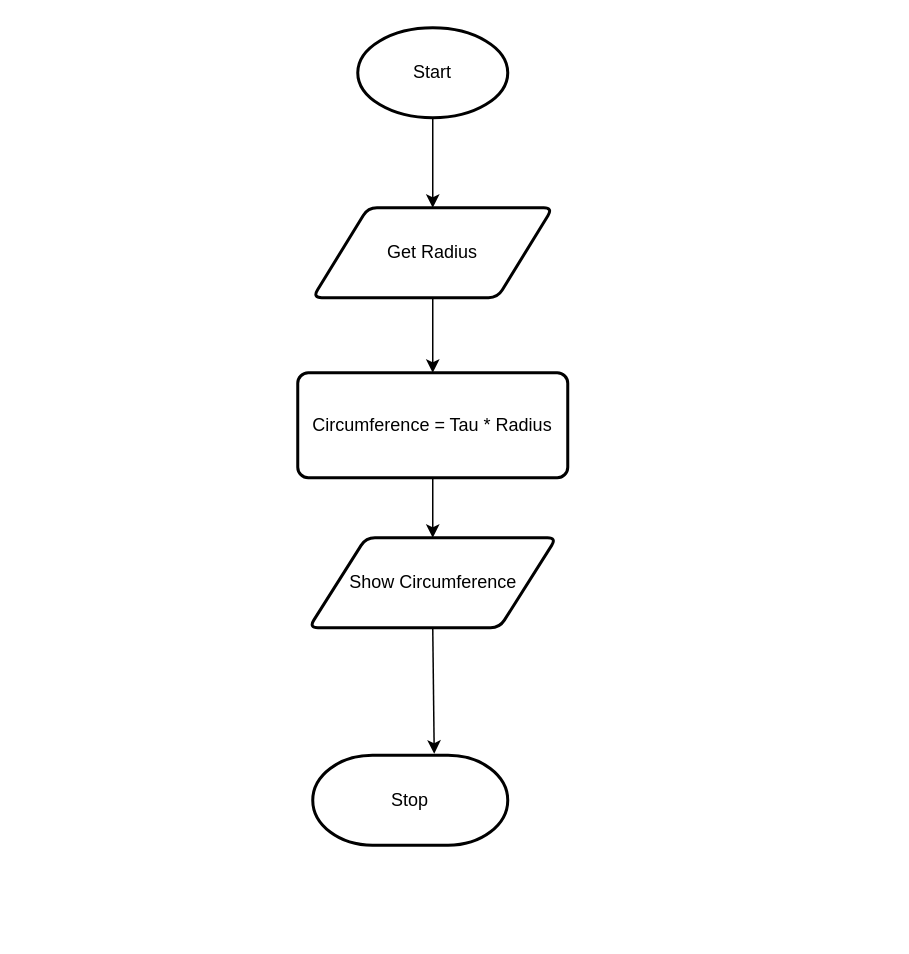
Above: flowchart.drawio in Ethan-Prieur1/ICS3U-Unit4-01-Python (draw.io), before the change. Source tidied: cells renumbered, new cells numbered last; positions are measured from the earlier drawing's top-left corner, leaving out a move shared by most shapes. Both pictures are drawn from the tidied source at 150%, with x=0, y=0 at pixel (297, 27).
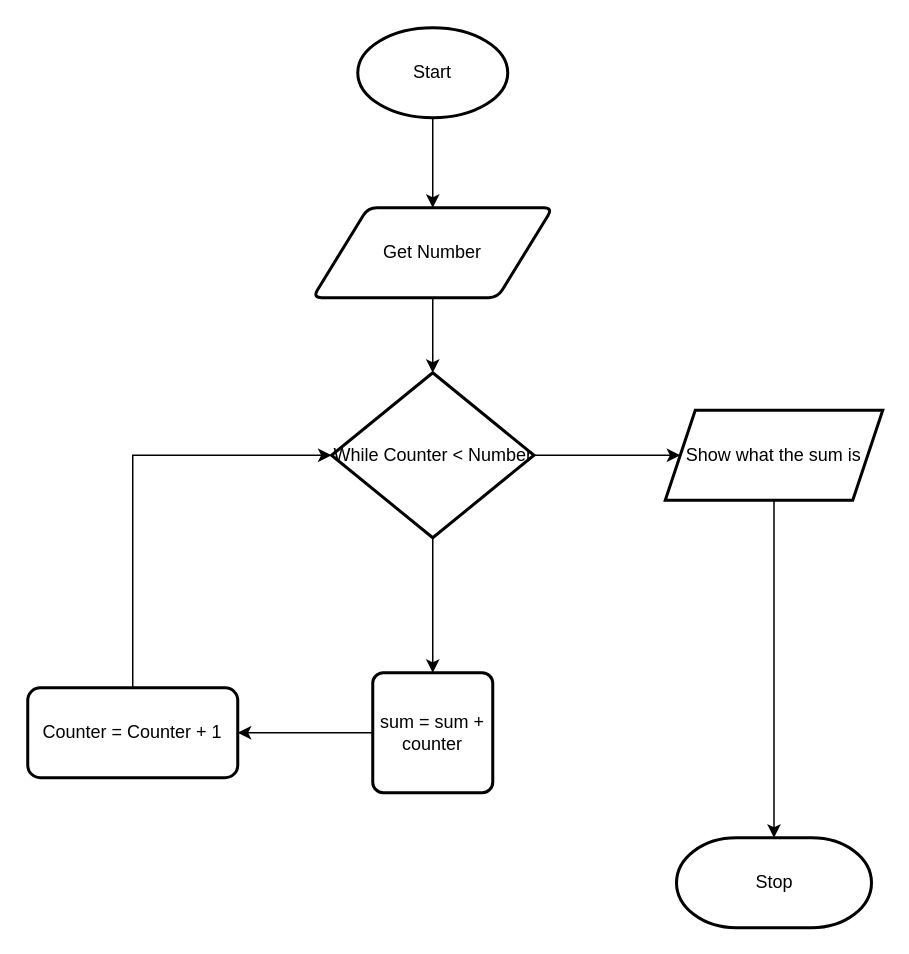
After the change.

Change to the diagram source:
```diff
@@
 <mxGraphModel>
   <root>
     <mxCell id="0" />
     <mxCell id="1" parent="0" />
     <mxCell id="2" style="edgeStyle=none;html=1;exitX=0.5;exitY=1;exitDx=0;exitDy=0;exitPerimeter=0;entryX=0.5;entryY=0;entryDx=0;entryDy=0;" parent="1" edge="1" source="3" target="5">
       <mxGeometry relative="1" as="geometry" />
     </mxCell>
     <mxCell id="3" value="Start" style="strokeWidth=2;html=1;shape=mxgraph.flowchart.start_1;whiteSpace=wrap;" parent="1" vertex="1">
       <mxGeometry x="40" width="100" height="60" as="geometry" />
     </mxCell>
-    <mxCell id="4" style="edgeStyle=none;html=1;exitX=0.5;exitY=1;exitDx=0;exitDy=0;entryX=0.5;entryY=0;entryDx=0;entryDy=0;" parent="1" edge="1" source="5" target="7">
-      <mxGeometry relative="1" as="geometry" />
+    <mxCell id="4" style="edgeStyle=none;html=1;exitX=0.5;exitY=1;exitDx=0;exitDy=0;entryX=0.5;entryY=0;entryDx=0;entryDy=0;" parent="1" edge="1" source="5">
+      <mxGeometry relative="1" as="geometry">
+        <mxPoint x="90" y="230" as="targetPoint" />
+      </mxGeometry>
     </mxCell>
-    <mxCell id="5" value="Get Radius" style="shape=parallelogram;html=1;strokeWidth=2;perimeter=parallelogramPerimeter;whiteSpace=wrap;rounded=1;arcSize=12;size=0.23;" parent="1" vertex="1">
+    <mxCell id="5" value="Get Number" style="shape=parallelogram;html=1;strokeWidth=2;perimeter=parallelogramPerimeter;whiteSpace=wrap;rounded=1;arcSize=12;size=0.23;" parent="1" vertex="1">
       <mxGeometry x="10" y="120" width="160" height="60" as="geometry" />
     </mxCell>
-    <mxCell id="6" style="edgeStyle=none;html=1;exitX=0.5;exitY=1;exitDx=0;exitDy=0;entryX=0.5;entryY=0;entryDx=0;entryDy=0;" parent="1" edge="1" source="7" target="9">
-      <mxGeometry relative="1" as="geometry" />
-    </mxCell>
-    <mxCell id="7" value="Circumference = Tau * Radius" style="rounded=1;whiteSpace=wrap;html=1;absoluteArcSize=1;arcSize=14;strokeWidth=2;" parent="1" vertex="1">
-      <mxGeometry y="230" width="180" height="70" as="geometry" />
-    </mxCell>
-    <mxCell id="8" style="edgeStyle=none;html=1;exitX=0.5;exitY=1;exitDx=0;exitDy=0;entryX=0.623;entryY=-0.017;entryDx=0;entryDy=0;entryPerimeter=0;" parent="1" edge="1" source="9" target="10">
-      <mxGeometry relative="1" as="geometry" />
-    </mxCell>
-    <mxCell id="9" value="Show Circumference" style="shape=parallelogram;html=1;strokeWidth=2;perimeter=parallelogramPerimeter;whiteSpace=wrap;rounded=1;arcSize=12;size=0.23;" parent="1" vertex="1">
-      <mxGeometry x="7.5" y="340" width="165" height="60" as="geometry" />
-    </mxCell>
     <mxCell id="10" value="Stop" style="strokeWidth=2;html=1;shape=mxgraph.flowchart.terminator;whiteSpace=wrap;" parent="1" vertex="1">
-      <mxGeometry x="10" y="485" width="130" height="60" as="geometry" />
+      <mxGeometry x="252.5" y="540" width="130" height="60" as="geometry" />
     </mxCell>
+    <mxCell id="11" style="edgeStyle=none;html=1;entryX=0.5;entryY=0;entryDx=0;entryDy=0;" parent="1" edge="1" source="13" target="15">
+      <mxGeometry relative="1" as="geometry" />
+    </mxCell>
+    <mxCell id="12" style="edgeStyle=orthogonalEdgeStyle;rounded=0;html=1;" parent="1" edge="1" source="13" target="19">
+      <mxGeometry relative="1" as="geometry" />
+    </mxCell>
+    <mxCell id="13" value="While Counter &amp;lt; Number" style="strokeWidth=2;html=1;shape=mxgraph.flowchart.decision;whiteSpace=wrap;" parent="1" vertex="1">
+      <mxGeometry x="22.5" y="230" width="135" height="110" as="geometry" />
+    </mxCell>
+    <mxCell id="14" style="edgeStyle=none;html=1;" parent="1" edge="1" source="15" target="17">
+      <mxGeometry relative="1" as="geometry" />
+    </mxCell>
+    <mxCell id="15" value="sum = sum + counter" style="rounded=1;whiteSpace=wrap;html=1;absoluteArcSize=1;arcSize=14;strokeWidth=2;" parent="1" vertex="1">
+      <mxGeometry x="50" y="430" width="80" height="80" as="geometry" />
+    </mxCell>
+    <mxCell id="16" style="edgeStyle=orthogonalEdgeStyle;html=1;exitX=0.5;exitY=0;exitDx=0;exitDy=0;entryX=0;entryY=0.5;entryDx=0;entryDy=0;entryPerimeter=0;rounded=0;" parent="1" edge="1" source="17" target="13">
+      <mxGeometry relative="1" as="geometry" />
+    </mxCell>
+    <mxCell id="17" value="Counter = Counter + 1" style="whiteSpace=wrap;html=1;rounded=1;arcSize=14;strokeWidth=2;" parent="1" vertex="1">
+      <mxGeometry x="-180" y="440" width="140" height="60" as="geometry" />
+    </mxCell>
+    <mxCell id="18" style="edgeStyle=orthogonalEdgeStyle;rounded=0;html=1;entryX=0.5;entryY=0;entryDx=0;entryDy=0;entryPerimeter=0;" parent="1" edge="1" source="19" target="10">
+      <mxGeometry relative="1" as="geometry" />
+    </mxCell>
+    <mxCell id="19" value="Show what the sum is" style="shape=parallelogram;perimeter=parallelogramPerimeter;whiteSpace=wrap;html=1;fixedSize=1;strokeWidth=2;" parent="1" vertex="1">
+      <mxGeometry x="245" y="255" width="145" height="60" as="geometry" />
+    </mxCell>
   </root>
 </mxGraphModel>
```
